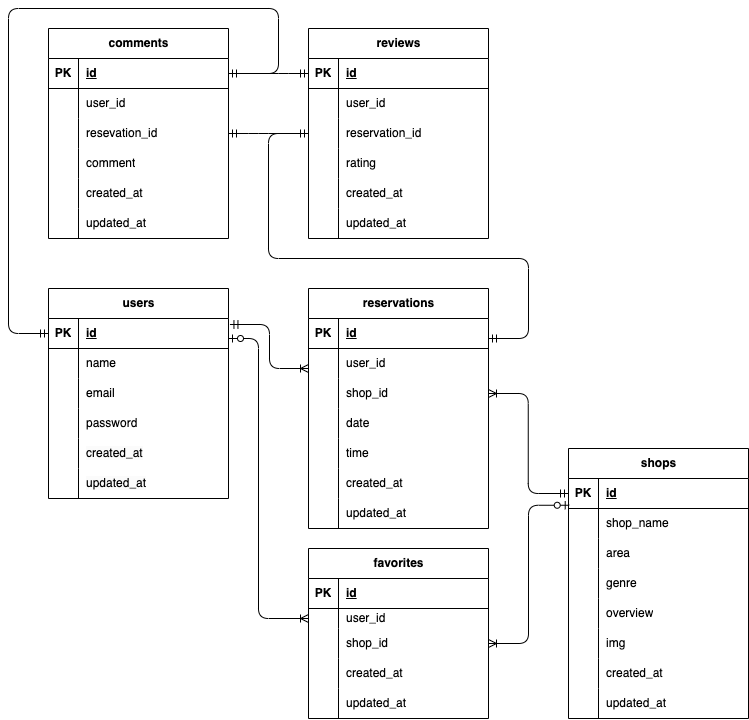
Above: er.drawio.png in youhonami/Rese (draw.io), before the change. Source tidied: cells renumbered, new cells last; positions are measured from the earlier drawing's top-left corner, leaving out a move shared by most shapes.
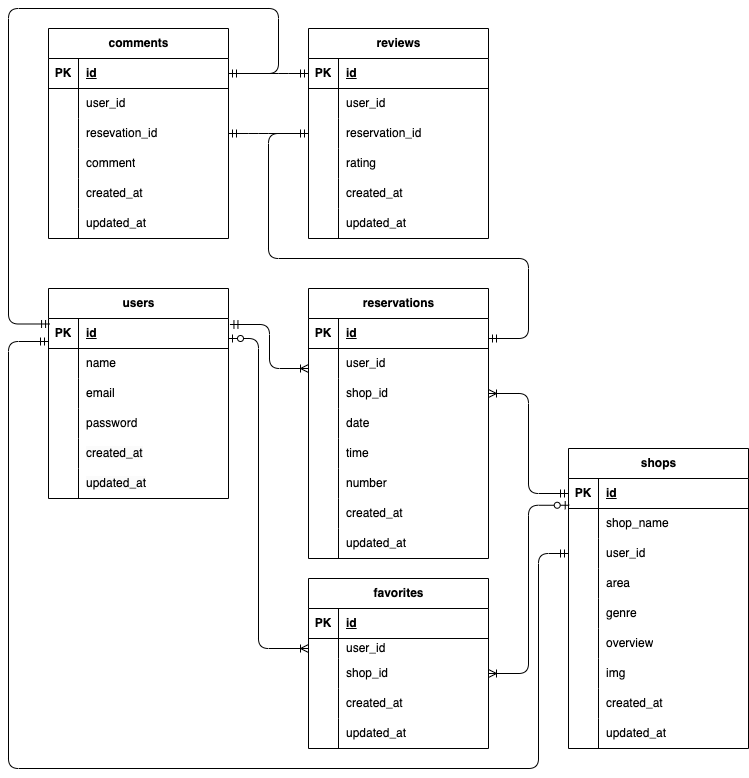
The same file after the commit.

Commit message:
readme,er図、テーブルの追加

Change to the diagram source:
```diff
@@ -60,7 +60,7 @@
       <mxGeometry x="30" width="150" height="30" as="geometry" />
     </mxCell>
     <mxCell id="21" value="favorites" style="shape=table;startSize=30;rowLines=0;fontStyle=1;align=center;html=1;" parent="1" vertex="1">
-      <mxGeometry x="300" y="540" width="180" height="170" as="geometry" />
+      <mxGeometry x="300" y="570" width="180" height="170" as="geometry" />
     </mxCell>
     <mxCell id="22" style="shape=tableRow;horizontal=0;startSize=0;swimlaneHead=0;swimlaneBody=0;fillColor=none;top=0;left=0;right=0;bottom=1;" parent="21" vertex="1">
       <mxGeometry y="30" width="180" height="30" as="geometry" />
@@ -108,7 +108,7 @@
       <mxGeometry x="30" width="150" height="30" as="geometry" />
     </mxCell>
     <mxCell id="37" value="reservations" style="shape=table;startSize=30;rowLines=0;fontStyle=1;align=center;html=1;" parent="1" vertex="1">
-      <mxGeometry x="300" y="280" width="180" height="240" as="geometry" />
+      <mxGeometry x="300" y="280" width="180" height="270" as="geometry" />
     </mxCell>
     <mxCell id="38" style="shape=tableRow;horizontal=0;startSize=0;swimlaneHead=0;swimlaneBody=0;fillColor=none;top=0;left=0;right=0;bottom=1;" parent="37" vertex="1">
       <mxGeometry y="30" width="180" height="30" as="geometry" />
@@ -161,7 +161,7 @@
     <mxCell id="54" style="shape=partialRectangle;fillColor=none;top=0;left=0;bottom=0;right=0;overflow=hidden;whiteSpace=wrap;html=1;" parent="53" vertex="1">
       <mxGeometry width="30" height="30" as="geometry" />
     </mxCell>
-    <mxCell id="55" value="&lt;span style=&quot;color: rgb(0, 0, 0);&quot;&gt;created_at&lt;/span&gt;" style="shape=partialRectangle;fillColor=none;top=0;left=0;bottom=0;right=0;align=left;spacingLeft=6;overflow=hidden;whiteSpace=wrap;html=1;" parent="53" vertex="1">
+    <mxCell id="55" value="number" style="shape=partialRectangle;fillColor=none;top=0;left=0;bottom=0;right=0;align=left;spacingLeft=6;overflow=hidden;whiteSpace=wrap;html=1;" parent="53" vertex="1">
       <mxGeometry x="30" width="150" height="30" as="geometry" />
     </mxCell>
     <mxCell id="56" style="shape=tableRow;horizontal=0;startSize=0;swimlaneHead=0;swimlaneBody=0;fillColor=none;top=0;left=0;right=0;bottom=0;" parent="37" vertex="1">
@@ -170,9 +170,18 @@
     <mxCell id="57" style="shape=partialRectangle;fillColor=none;top=0;left=0;bottom=0;right=0;overflow=hidden;whiteSpace=wrap;html=1;" parent="56" vertex="1">
       <mxGeometry width="30" height="30" as="geometry" />
     </mxCell>
-    <mxCell id="58" value="&lt;span style=&quot;color: rgb(0, 0, 0);&quot;&gt;updated_at&lt;/span&gt;" style="shape=partialRectangle;fillColor=none;top=0;left=0;bottom=0;right=0;align=left;spacingLeft=6;overflow=hidden;whiteSpace=wrap;html=1;" parent="56" vertex="1">
+    <mxCell id="58" value="&lt;span style=&quot;color: rgb(0, 0, 0);&quot;&gt;created_at&lt;/span&gt;" style="shape=partialRectangle;fillColor=none;top=0;left=0;bottom=0;right=0;align=left;spacingLeft=6;overflow=hidden;whiteSpace=wrap;html=1;" parent="56" vertex="1">
       <mxGeometry x="30" width="150" height="30" as="geometry" />
     </mxCell>
+    <mxCell id="130" style="shape=tableRow;horizontal=0;startSize=0;swimlaneHead=0;swimlaneBody=0;fillColor=none;top=0;left=0;right=0;bottom=0;" parent="37" vertex="1">
+      <mxGeometry y="240" width="180" height="30" as="geometry" />
+    </mxCell>
+    <mxCell id="131" style="shape=partialRectangle;fillColor=none;top=0;left=0;bottom=0;right=0;overflow=hidden;whiteSpace=wrap;html=1;" parent="130" vertex="1">
+      <mxGeometry width="30" height="30" as="geometry" />
+    </mxCell>
+    <mxCell id="132" value="&lt;span style=&quot;color: rgb(0, 0, 0);&quot;&gt;updated_at&lt;/span&gt;" style="shape=partialRectangle;fillColor=none;top=0;left=0;bottom=0;right=0;align=left;spacingLeft=6;overflow=hidden;whiteSpace=wrap;html=1;" parent="130" vertex="1">
+      <mxGeometry x="30" width="150" height="30" as="geometry" />
+    </mxCell>
     <mxCell id="59" style="fontSize=12;html=1;endArrow=ERoneToMany;startArrow=ERmandOne;exitX=1.008;exitY=0.2;exitDx=0;exitDy=0;rounded=1;edgeStyle=elbowEdgeStyle;exitPerimeter=0;" parent="1" edge="1" source="3">
       <mxGeometry relative="1" as="geometry">
         <mxPoint x="300" y="360" as="targetPoint" />
@@ -311,7 +320,7 @@
       <mxGeometry x="30" width="150" height="30" as="geometry" />
     </mxCell>
     <mxCell id="101" value="shops" style="shape=table;startSize=30;rowLines=0;fontStyle=1;align=center;html=1;" parent="1" vertex="1">
-      <mxGeometry x="560" y="440" width="180" height="270" as="geometry" />
+      <mxGeometry x="560" y="440" width="180" height="300" as="geometry" />
     </mxCell>
     <mxCell id="102" style="shape=tableRow;horizontal=0;startSize=0;swimlaneHead=0;swimlaneBody=0;fillColor=none;points=[[0,0.5],[1,0.5]];portConstraint=eastwest;top=0;left=0;right=0;bottom=1;" parent="101" vertex="1">
       <mxGeometry y="30" width="180" height="30" as="geometry" />
@@ -337,7 +346,7 @@
     <mxCell id="109" style="shape=partialRectangle;fillColor=none;top=0;left=0;bottom=0;right=0;overflow=hidden;whiteSpace=wrap;html=1;" parent="108" vertex="1">
       <mxGeometry width="30" height="30" as="geometry" />
     </mxCell>
-    <mxCell id="110" value="area" style="shape=partialRectangle;fillColor=none;top=0;left=0;bottom=0;right=0;align=left;spacingLeft=6;overflow=hidden;whiteSpace=wrap;html=1;" parent="108" vertex="1">
+    <mxCell id="110" value="user_id" style="shape=partialRectangle;fillColor=none;top=0;left=0;bottom=0;right=0;align=left;spacingLeft=6;overflow=hidden;whiteSpace=wrap;html=1;" parent="108" vertex="1">
       <mxGeometry x="30" width="150" height="30" as="geometry" />
     </mxCell>
     <mxCell id="111" style="shape=tableRow;horizontal=0;startSize=0;swimlaneHead=0;swimlaneBody=0;fillColor=none;top=0;left=0;right=0;bottom=0;" parent="101" vertex="1">
@@ -346,7 +355,7 @@
     <mxCell id="112" style="shape=partialRectangle;fillColor=none;top=0;left=0;bottom=0;right=0;overflow=hidden;whiteSpace=wrap;html=1;" parent="111" vertex="1">
       <mxGeometry width="30" height="30" as="geometry" />
     </mxCell>
-    <mxCell id="113" value="genre" style="shape=partialRectangle;fillColor=none;top=0;left=0;bottom=0;right=0;align=left;spacingLeft=6;overflow=hidden;whiteSpace=wrap;html=1;" parent="111" vertex="1">
+    <mxCell id="113" value="&lt;span style=&quot;color: rgb(0, 0, 0);&quot;&gt;area&lt;/span&gt;" style="shape=partialRectangle;fillColor=none;top=0;left=0;bottom=0;right=0;align=left;spacingLeft=6;overflow=hidden;whiteSpace=wrap;html=1;" parent="111" vertex="1">
       <mxGeometry x="30" width="150" height="30" as="geometry" />
     </mxCell>
     <mxCell id="114" style="shape=tableRow;horizontal=0;startSize=0;swimlaneHead=0;swimlaneBody=0;fillColor=none;top=0;left=0;right=0;bottom=0;" parent="101" vertex="1">
@@ -355,7 +364,7 @@
     <mxCell id="115" style="shape=partialRectangle;fillColor=none;top=0;left=0;bottom=0;right=0;overflow=hidden;whiteSpace=wrap;html=1;" parent="114" vertex="1">
       <mxGeometry width="30" height="30" as="geometry" />
     </mxCell>
-    <mxCell id="116" value="overview" style="shape=partialRectangle;fillColor=none;top=0;left=0;bottom=0;right=0;align=left;spacingLeft=6;overflow=hidden;whiteSpace=wrap;html=1;" parent="114" vertex="1">
+    <mxCell id="116" value="&lt;span style=&quot;color: rgb(0, 0, 0);&quot;&gt;genre&lt;/span&gt;" style="shape=partialRectangle;fillColor=none;top=0;left=0;bottom=0;right=0;align=left;spacingLeft=6;overflow=hidden;whiteSpace=wrap;html=1;" parent="114" vertex="1">
       <mxGeometry x="30" width="150" height="30" as="geometry" />
     </mxCell>
     <mxCell id="117" style="shape=tableRow;horizontal=0;startSize=0;swimlaneHead=0;swimlaneBody=0;fillColor=none;top=0;left=0;right=0;bottom=0;" parent="101" vertex="1">
@@ -364,7 +373,7 @@
     <mxCell id="118" style="shape=partialRectangle;fillColor=none;top=0;left=0;bottom=0;right=0;overflow=hidden;whiteSpace=wrap;html=1;" parent="117" vertex="1">
       <mxGeometry width="30" height="30" as="geometry" />
     </mxCell>
-    <mxCell id="119" value="img" style="shape=partialRectangle;fillColor=none;top=0;left=0;bottom=0;right=0;align=left;spacingLeft=6;overflow=hidden;whiteSpace=wrap;html=1;" parent="117" vertex="1">
+    <mxCell id="119" value="&lt;span style=&quot;color: rgb(0, 0, 0);&quot;&gt;overview&lt;/span&gt;" style="shape=partialRectangle;fillColor=none;top=0;left=0;bottom=0;right=0;align=left;spacingLeft=6;overflow=hidden;whiteSpace=wrap;html=1;" parent="117" vertex="1">
       <mxGeometry x="30" width="150" height="30" as="geometry" />
     </mxCell>
     <mxCell id="120" style="shape=tableRow;horizontal=0;startSize=0;swimlaneHead=0;swimlaneBody=0;fillColor=none;top=0;left=0;right=0;bottom=0;" parent="101" vertex="1">
@@ -373,7 +382,7 @@
     <mxCell id="121" style="shape=partialRectangle;fillColor=none;top=0;left=0;bottom=0;right=0;overflow=hidden;whiteSpace=wrap;html=1;" parent="120" vertex="1">
       <mxGeometry width="30" height="30" as="geometry" />
     </mxCell>
-    <mxCell id="122" value="&lt;span style=&quot;color: rgb(0, 0, 0);&quot;&gt;created_at&lt;/span&gt;" style="shape=partialRectangle;fillColor=none;top=0;left=0;bottom=0;right=0;align=left;spacingLeft=6;overflow=hidden;whiteSpace=wrap;html=1;" parent="120" vertex="1">
+    <mxCell id="122" value="&lt;span style=&quot;color: rgb(0, 0, 0);&quot;&gt;img&lt;/span&gt;" style="shape=partialRectangle;fillColor=none;top=0;left=0;bottom=0;right=0;align=left;spacingLeft=6;overflow=hidden;whiteSpace=wrap;html=1;" parent="120" vertex="1">
       <mxGeometry x="30" width="150" height="30" as="geometry" />
     </mxCell>
     <mxCell id="123" style="shape=tableRow;horizontal=0;startSize=0;swimlaneHead=0;swimlaneBody=0;fillColor=none;top=0;left=0;right=0;bottom=0;" parent="101" vertex="1">
@@ -382,9 +391,18 @@
     <mxCell id="124" style="shape=partialRectangle;fillColor=none;top=0;left=0;bottom=0;right=0;overflow=hidden;whiteSpace=wrap;html=1;" parent="123" vertex="1">
       <mxGeometry width="30" height="30" as="geometry" />
     </mxCell>
-    <mxCell id="125" value="&lt;span style=&quot;color: rgb(0, 0, 0);&quot;&gt;updated_at&lt;/span&gt;" style="shape=partialRectangle;fillColor=none;top=0;left=0;bottom=0;right=0;align=left;spacingLeft=6;overflow=hidden;whiteSpace=wrap;html=1;" parent="123" vertex="1">
+    <mxCell id="125" value="&lt;span style=&quot;color: rgb(0, 0, 0);&quot;&gt;created_at&lt;/span&gt;" style="shape=partialRectangle;fillColor=none;top=0;left=0;bottom=0;right=0;align=left;spacingLeft=6;overflow=hidden;whiteSpace=wrap;html=1;" parent="123" vertex="1">
       <mxGeometry x="30" width="150" height="30" as="geometry" />
     </mxCell>
+    <mxCell id="133" style="shape=tableRow;horizontal=0;startSize=0;swimlaneHead=0;swimlaneBody=0;fillColor=none;top=0;left=0;right=0;bottom=0;" parent="101" vertex="1">
+      <mxGeometry y="270" width="180" height="30" as="geometry" />
+    </mxCell>
+    <mxCell id="134" style="shape=partialRectangle;fillColor=none;top=0;left=0;bottom=0;right=0;overflow=hidden;whiteSpace=wrap;html=1;" parent="133" vertex="1">
+      <mxGeometry width="30" height="30" as="geometry" />
+    </mxCell>
+    <mxCell id="135" value="&lt;span style=&quot;color: rgb(0, 0, 0);&quot;&gt;updated_at&lt;/span&gt;" style="shape=partialRectangle;fillColor=none;top=0;left=0;bottom=0;right=0;align=left;spacingLeft=6;overflow=hidden;whiteSpace=wrap;html=1;" parent="133" vertex="1">
+      <mxGeometry x="30" width="150" height="30" as="geometry" />
+    </mxCell>
     <mxCell id="126" style="edgeStyle=orthogonalEdgeStyle;fontSize=12;html=1;endArrow=ERmandOne;startArrow=ERmandOne;entryX=0;entryY=0.5;entryDx=0;entryDy=0;exitX=1;exitY=0.5;exitDx=0;exitDy=0;" parent="1" edge="1" target="70">
       <mxGeometry relative="1" as="geometry">
         <mxPoint x="480" y="330" as="sourcePoint" />
@@ -401,13 +419,13 @@
         <mxPoint x="280" y="125" as="targetPoint" />
       </mxGeometry>
     </mxCell>
-    <mxCell id="128" style="edgeStyle=orthogonalEdgeStyle;fontSize=12;html=1;endArrow=ERmandOne;startArrow=ERmandOne;entryX=0;entryY=0.5;entryDx=0;entryDy=0;exitX=1;exitY=0.5;exitDx=0;exitDy=0;" parent="1" edge="1" source="83" target="3">
+    <mxCell id="128" style="edgeStyle=orthogonalEdgeStyle;fontSize=12;html=1;endArrow=ERmandOne;startArrow=ERmandOne;entryX=0.006;entryY=0.183;entryDx=0;entryDy=0;exitX=1;exitY=0.5;exitDx=0;exitDy=0;entryPerimeter=0;" parent="1" edge="1" source="83" target="3">
       <mxGeometry relative="1" as="geometry">
         <Array as="points">
           <mxPoint x="270" y="65" />
           <mxPoint x="270" />
           <mxPoint />
-          <mxPoint y="325" />
+          <mxPoint y="316" />
         </Array>
       </mxGeometry>
     </mxCell>
@@ -419,5 +437,16 @@
         </Array>
       </mxGeometry>
     </mxCell>
+    <mxCell id="136" style="edgeStyle=orthogonalEdgeStyle;fontSize=12;html=1;endArrow=ERmandOne;startArrow=ERmandOne;entryX=0;entryY=0.5;entryDx=0;entryDy=0;" parent="1" edge="1" target="108">
+      <mxGeometry relative="1" as="geometry">
+        <mxPoint x="40" y="333" as="sourcePoint" />
+        <Array as="points">
+          <mxPoint y="333" />
+          <mxPoint y="760" />
+          <mxPoint x="530" y="760" />
+          <mxPoint x="530" y="545" />
+        </Array>
+      </mxGeometry>
+    </mxCell>
   </root>
 </mxGraphModel>
```
